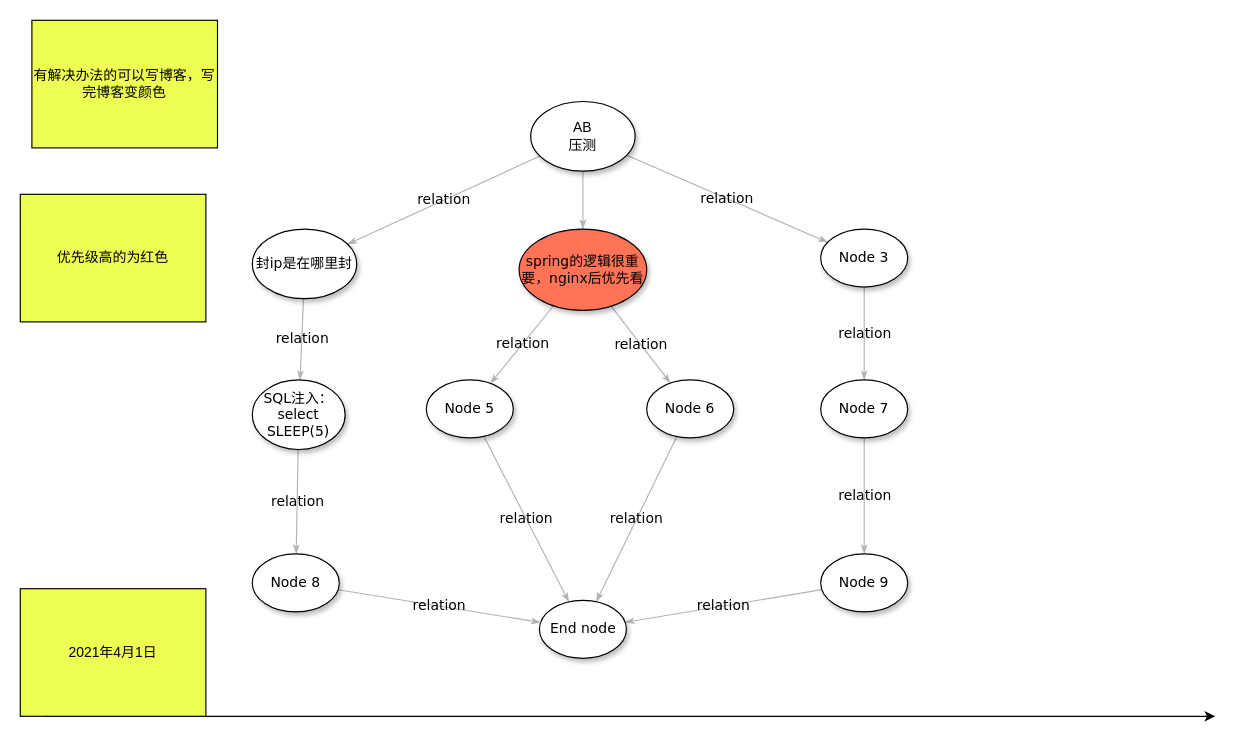
The draw.io diagram 待办.drawio in pikefeier/diagrams, before the edit. Source tidied: cells renumbered, new cells numbered last; positions are measured from the earlier drawing's top-left corner, leaving out a move shared by most shapes. Both pictures are drawn from the tidied source at 116%, with x=0, y=0 at pixel (20, 20).
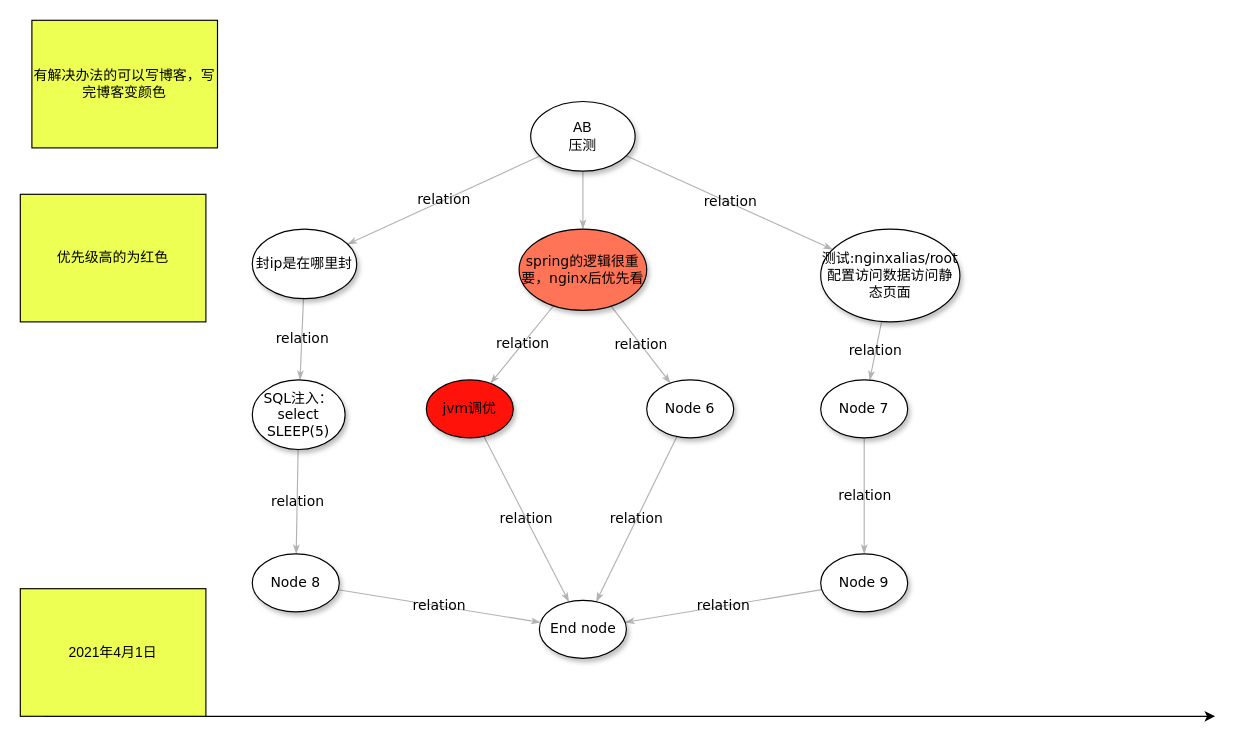
The same diagram, later.

Change to the diagram source:
```diff
@@
-    <mxCell id="10" value="&lt;span&gt;Node 3&lt;/span&gt;" style="ellipse;whiteSpace=wrap;html=1;rounded=0;shadow=1;comic=0;labelBackgroundColor=none;strokeWidth=1;fontFamily=Verdana;fontSize=12;align=center;" parent="1" vertex="1">
-      <mxGeometry x="690" y="180" width="75" height="50" as="geometry" />
+    <mxCell id="10" value="&lt;span&gt;测试:nginxalias/root配置访问数据访问静态页面&lt;/span&gt;" style="ellipse;whiteSpace=wrap;html=1;rounded=0;shadow=1;comic=0;labelBackgroundColor=none;strokeWidth=1;fontFamily=Verdana;fontSize=12;align=center;" parent="1" vertex="1">
+      <mxGeometry x="690" y="180" width="120" height="80" as="geometry" />
     </mxCell>
@@
-    <mxCell id="18" value="&lt;span&gt;Node 5&lt;/span&gt;" style="ellipse;whiteSpace=wrap;html=1;rounded=0;shadow=1;comic=0;labelBackgroundColor=none;strokeWidth=1;fontFamily=Verdana;fontSize=12;align=center;" parent="1" vertex="1">
+    <mxCell id="18" value="&lt;span&gt;jvm调优&lt;/span&gt;" style="ellipse;whiteSpace=wrap;html=1;rounded=0;shadow=1;comic=0;labelBackgroundColor=none;strokeWidth=1;fontFamily=Verdana;fontSize=12;align=center;fillColor=#FF120A;" parent="1" vertex="1">
       <mxGeometry x="350" y="310" width="75" height="50" as="geometry" />
     </mxCell>
```
